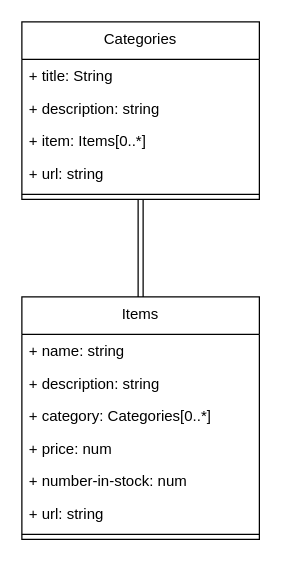
Earlier version of the draw.io diagram public/diagrams/models-ULM-associations.drawio (DanishKodeMonkey/odin-inventory-application-postgreSQL). Source tidied: cells renumbered, new cells numbered last; positions are measured from the earlier drawing's top-left corner, leaving out a move shared by most shapes. Both pictures are drawn from the tidied source at 125%, with x=0, y=0 at pixel (21, 21).
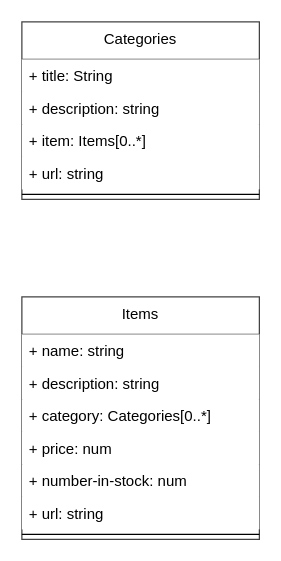
After the change.

Commit message (it also covers changes not shown here):
export drawio to png, place in readme

Diff of the diagram source:
```diff
@@
 <mxGraphModel>
   <root>
     <mxCell id="0" />
     <mxCell id="1" parent="0" />
-    <mxCell id="2" style="edgeStyle=orthogonalEdgeStyle;rounded=0;jettySize=auto;html=1;verticalAlign=middle;shape=link;" parent="1" edge="1" source="3" target="9">
+    <mxCell id="2" style="edgeStyle=orthogonalEdgeStyle;rounded=0;jettySize=auto;html=1;verticalAlign=middle;shape=link;strokeColor=#FFFFFF;" parent="1" edge="1" source="3" target="9">
       <mxGeometry relative="1" as="geometry" />
     </mxCell>
-    <mxCell id="3" value="&lt;div&gt;Categories&lt;/div&gt;&lt;div&gt;&lt;br&gt;&lt;/div&gt;" style="swimlane;fontStyle=0;align=center;verticalAlign=top;horizontal=1;startSize=30;html=1;whiteSpace=wrap;" parent="1" vertex="1">
+    <mxCell id="3" value="&lt;div&gt;Categories&lt;/div&gt;&lt;div&gt;&lt;br&gt;&lt;/div&gt;" style="swimlane;fontStyle=0;align=center;verticalAlign=top;horizontal=1;startSize=30;html=1;whiteSpace=wrap;strokeColor=#424242;swimlaneLine=1;rounded=0;glass=0;shadow=0;" parent="1" vertex="1">
       <mxGeometry width="190" height="142" as="geometry" />
     </mxCell>
-    <mxCell id="4" value="+ title: String" style="text;strokeColor=none;fillColor=none;align=left;verticalAlign=top;spacingLeft=4;spacingRight=4;overflow=hidden;whiteSpace=wrap;html=1;" parent="3" vertex="1">
+    <mxCell id="4" value="+ title: String" style="text;align=left;verticalAlign=top;spacingLeft=4;spacingRight=4;overflow=hidden;whiteSpace=wrap;html=1;fillColor=default;" parent="3" vertex="1">
       <mxGeometry y="30" width="190" height="26" as="geometry" />
     </mxCell>
-    <mxCell id="5" value="+ description: string" style="text;strokeColor=none;fillColor=none;align=left;verticalAlign=top;spacingLeft=4;spacingRight=4;overflow=hidden;whiteSpace=wrap;html=1;" parent="3" vertex="1">
+    <mxCell id="5" value="+ description: string" style="text;align=left;verticalAlign=top;spacingLeft=4;spacingRight=4;overflow=hidden;whiteSpace=wrap;html=1;fillColor=default;" parent="3" vertex="1">
       <mxGeometry y="56" width="190" height="26" as="geometry" />
     </mxCell>
-    <mxCell id="6" value="+ item: Items[0..*]" style="text;strokeColor=none;fillColor=none;align=left;verticalAlign=top;spacingLeft=4;spacingRight=4;overflow=hidden;whiteSpace=wrap;html=1;" parent="3" vertex="1">
+    <mxCell id="6" value="+ item: Items[0..*]" style="text;align=left;verticalAlign=top;spacingLeft=4;spacingRight=4;overflow=hidden;whiteSpace=wrap;html=1;fillColor=default;" parent="3" vertex="1">
       <mxGeometry y="82" width="190" height="26" as="geometry" />
     </mxCell>
-    <mxCell id="7" value="+ url: string" style="text;strokeColor=none;fillColor=none;align=left;verticalAlign=top;spacingLeft=4;spacingRight=4;overflow=hidden;whiteSpace=wrap;html=1;" parent="3" vertex="1">
+    <mxCell id="7" value="+ url: string" style="text;align=left;verticalAlign=top;spacingLeft=4;spacingRight=4;overflow=hidden;whiteSpace=wrap;html=1;fillColor=default;" parent="3" vertex="1">
       <mxGeometry y="108" width="190" height="26" as="geometry" />
     </mxCell>
     <mxCell id="8" style="line;strokeWidth=1;fillColor=none;align=left;verticalAlign=middle;spacingTop=-1;spacingLeft=3;spacingRight=3;labelPosition=right;" parent="3" vertex="1">
       <mxGeometry y="134" width="190" height="8" as="geometry" />
     </mxCell>
-    <mxCell id="9" value="Items" style="swimlane;fontStyle=0;align=center;verticalAlign=top;horizontal=1;startSize=30;html=1;whiteSpace=wrap;" parent="1" vertex="1">
+    <mxCell id="9" value="Items" style="swimlane;fontStyle=0;align=center;verticalAlign=top;horizontal=1;startSize=30;html=1;whiteSpace=wrap;strokeColor=#424242;" parent="1" vertex="1">
       <mxGeometry y="220" width="190" height="194" as="geometry" />
     </mxCell>
-    <mxCell id="10" value="+ name: string " style="text;strokeColor=none;fillColor=none;align=left;verticalAlign=top;spacingLeft=4;spacingRight=4;overflow=hidden;whiteSpace=wrap;html=1;" parent="9" vertex="1">
+    <mxCell id="10" value="+ name: string " style="text;strokeColor=none;fillColor=default;align=left;verticalAlign=top;spacingLeft=4;spacingRight=4;overflow=hidden;whiteSpace=wrap;html=1;" parent="9" vertex="1">
       <mxGeometry y="30" width="190" height="26" as="geometry" />
     </mxCell>
-    <mxCell id="11" value="+ description: string" style="text;strokeColor=none;fillColor=none;align=left;verticalAlign=top;spacingLeft=4;spacingRight=4;overflow=hidden;whiteSpace=wrap;html=1;" parent="9" vertex="1">
+    <mxCell id="11" value="+ description: string" style="text;strokeColor=none;fillColor=default;align=left;verticalAlign=top;spacingLeft=4;spacingRight=4;overflow=hidden;whiteSpace=wrap;html=1;" parent="9" vertex="1">
       <mxGeometry y="56" width="190" height="26" as="geometry" />
     </mxCell>
-    <mxCell id="12" value="+ category: Categories[0..*]" style="text;strokeColor=none;fillColor=none;align=left;verticalAlign=top;spacingLeft=4;spacingRight=4;overflow=hidden;whiteSpace=wrap;html=1;" parent="9" vertex="1">
+    <mxCell id="12" value="+ category: Categories[0..*]" style="text;strokeColor=none;fillColor=default;align=left;verticalAlign=top;spacingLeft=4;spacingRight=4;overflow=hidden;whiteSpace=wrap;html=1;" parent="9" vertex="1">
       <mxGeometry y="82" width="190" height="26" as="geometry" />
     </mxCell>
-    <mxCell id="13" value="+ price: num" style="text;strokeColor=none;fillColor=none;align=left;verticalAlign=top;spacingLeft=4;spacingRight=4;overflow=hidden;whiteSpace=wrap;html=1;" parent="9" vertex="1">
+    <mxCell id="13" value="+ price: num" style="text;strokeColor=none;fillColor=default;align=left;verticalAlign=top;spacingLeft=4;spacingRight=4;overflow=hidden;whiteSpace=wrap;html=1;" parent="9" vertex="1">
       <mxGeometry y="108" width="190" height="26" as="geometry" />
     </mxCell>
-    <mxCell id="14" value="+ number-in-stock: num" style="text;strokeColor=none;fillColor=none;align=left;verticalAlign=top;spacingLeft=4;spacingRight=4;overflow=hidden;whiteSpace=wrap;html=1;" parent="9" vertex="1">
+    <mxCell id="14" value="+ number-in-stock: num" style="text;strokeColor=none;fillColor=default;align=left;verticalAlign=top;spacingLeft=4;spacingRight=4;overflow=hidden;whiteSpace=wrap;html=1;" parent="9" vertex="1">
       <mxGeometry y="134" width="190" height="26" as="geometry" />
     </mxCell>
-    <mxCell id="15" value="+ url: string" style="text;strokeColor=none;fillColor=none;align=left;verticalAlign=top;spacingLeft=4;spacingRight=4;overflow=hidden;whiteSpace=wrap;html=1;" parent="9" vertex="1">
+    <mxCell id="15" value="+ url: string" style="text;strokeColor=none;fillColor=default;align=left;verticalAlign=top;spacingLeft=4;spacingRight=4;overflow=hidden;whiteSpace=wrap;html=1;" parent="9" vertex="1">
       <mxGeometry y="160" width="190" height="26" as="geometry" />
     </mxCell>
     <mxCell id="16" style="line;strokeWidth=1;fillColor=none;align=left;verticalAlign=middle;spacingTop=-1;spacingLeft=3;spacingRight=3;labelPosition=right;" parent="9" vertex="1">
       <mxGeometry y="186" width="190" height="8" as="geometry" />
     </mxCell>
   </root>
 </mxGraphModel>
```
